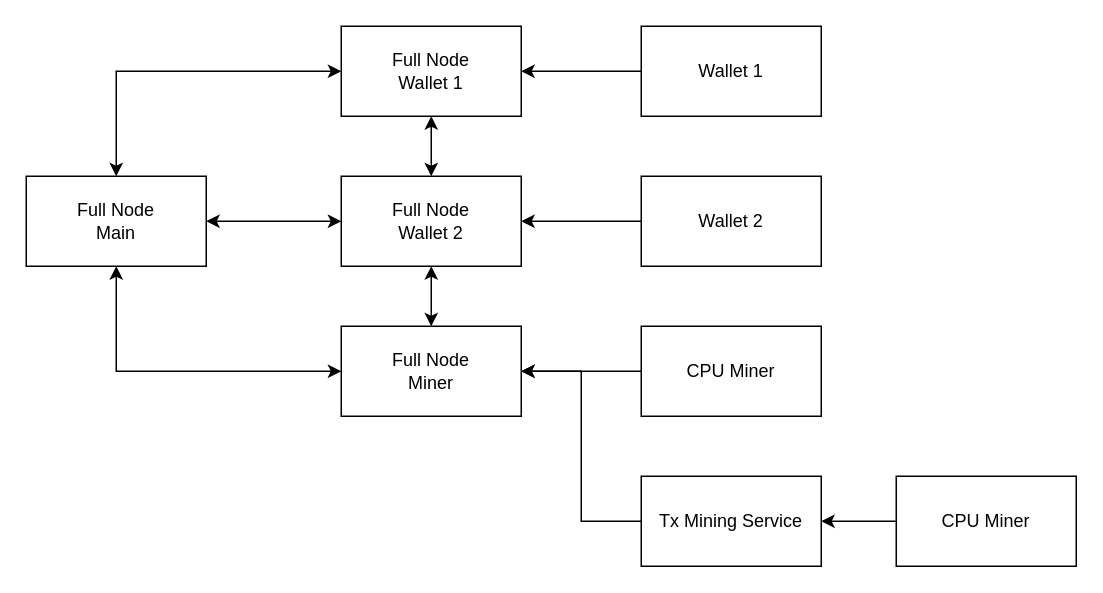
This is text/0033-images/private-network-architecture.drawio from HathorNetwork/rfcs, a draw.io file, before an edit. Source tidied: cells renumbered, new cells numbered last; positions are measured from the earlier drawing's top-left corner, leaving out a move shared by most shapes. Both pictures are drawn from the tidied source at 150%, with x=0, y=0 at pixel (26, 26).
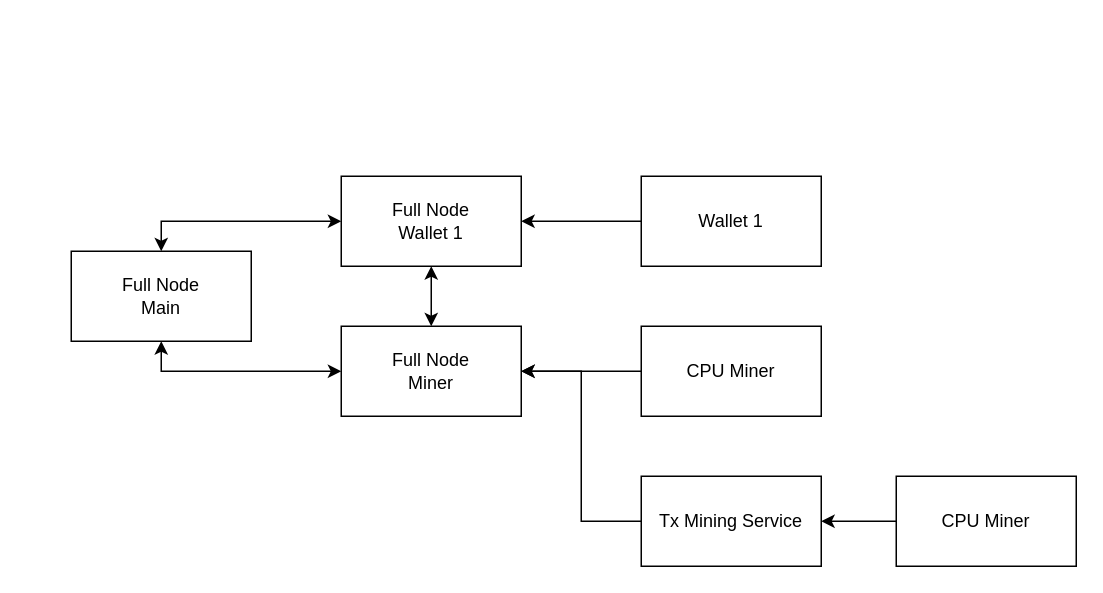
After the change.

Unchanged cells that the change refers to:
```xml
<mxCell id="14" value="Full Node&lt;br&gt;Miner" style="rounded=0;whiteSpace=wrap;html=1;" parent="1" vertex="1">
  <mxGeometry x="210" y="200" width="120" height="60" as="geometry" />
</mxCell>
```

What changed in the source:
```diff
@@
     <mxCell id="2" value="Full Node&lt;br&gt;Main" style="rounded=0;whiteSpace=wrap;html=1;" parent="1" vertex="1">
-      <mxGeometry y="100" width="120" height="60" as="geometry" />
+      <mxGeometry x="30" y="150" width="120" height="60" as="geometry" />
     </mxCell>
@@
     <mxCell id="4" value="Full Node&lt;br&gt;Wallet 1" style="rounded=0;whiteSpace=wrap;html=1;" parent="1" vertex="1">
-      <mxGeometry x="210" width="120" height="60" as="geometry" />
+      <mxGeometry x="210" y="100" width="120" height="60" as="geometry" />
     </mxCell>
-    <mxCell id="5" style="edgeStyle=orthogonalEdgeStyle;rounded=0;jettySize=auto;html=1;startArrow=classic;startFill=1;" parent="1" edge="1" source="8" target="4">
-      <mxGeometry relative="1" as="geometry" />
-    </mxCell>
-    <mxCell id="6" style="edgeStyle=orthogonalEdgeStyle;rounded=0;jettySize=auto;html=1;startArrow=classic;startFill=1;" parent="1" edge="1" source="8" target="2">
-      <mxGeometry relative="1" as="geometry" />
-    </mxCell>
-    <mxCell id="7" style="edgeStyle=orthogonalEdgeStyle;rounded=0;jettySize=auto;html=1;startArrow=classic;startFill=1;" parent="1" edge="1" source="8" target="14">
+    <mxCell id="7" style="edgeStyle=orthogonalEdgeStyle;rounded=0;jettySize=auto;html=1;startArrow=classic;startFill=1;exitX=0.5;exitY=1;exitDx=0;exitDy=0;" parent="1" edge="1" source="4" target="14">
       <mxGeometry relative="1" as="geometry" />
     </mxCell>
-    <mxCell id="8" value="Full Node&lt;br&gt;Wallet 2" style="rounded=0;whiteSpace=wrap;html=1;" parent="1" vertex="1">
-      <mxGeometry x="210" y="100" width="120" height="60" as="geometry" />
-    </mxCell>
@@
     <mxCell id="18" value="Wallet 1" style="rounded=0;whiteSpace=wrap;html=1;" parent="1" vertex="1">
-      <mxGeometry x="410" width="120" height="60" as="geometry" />
+      <mxGeometry x="410" y="100" width="120" height="60" as="geometry" />
     </mxCell>
-    <mxCell id="19" style="edgeStyle=orthogonalEdgeStyle;rounded=0;jettySize=auto;html=1;" parent="1" edge="1" source="20" target="8">
-      <mxGeometry relative="1" as="geometry" />
-    </mxCell>
-    <mxCell id="20" value="Wallet 2" style="rounded=0;whiteSpace=wrap;html=1;" parent="1" vertex="1">
-      <mxGeometry x="410" y="100" width="120" height="60" as="geometry" />
-    </mxCell>
```
